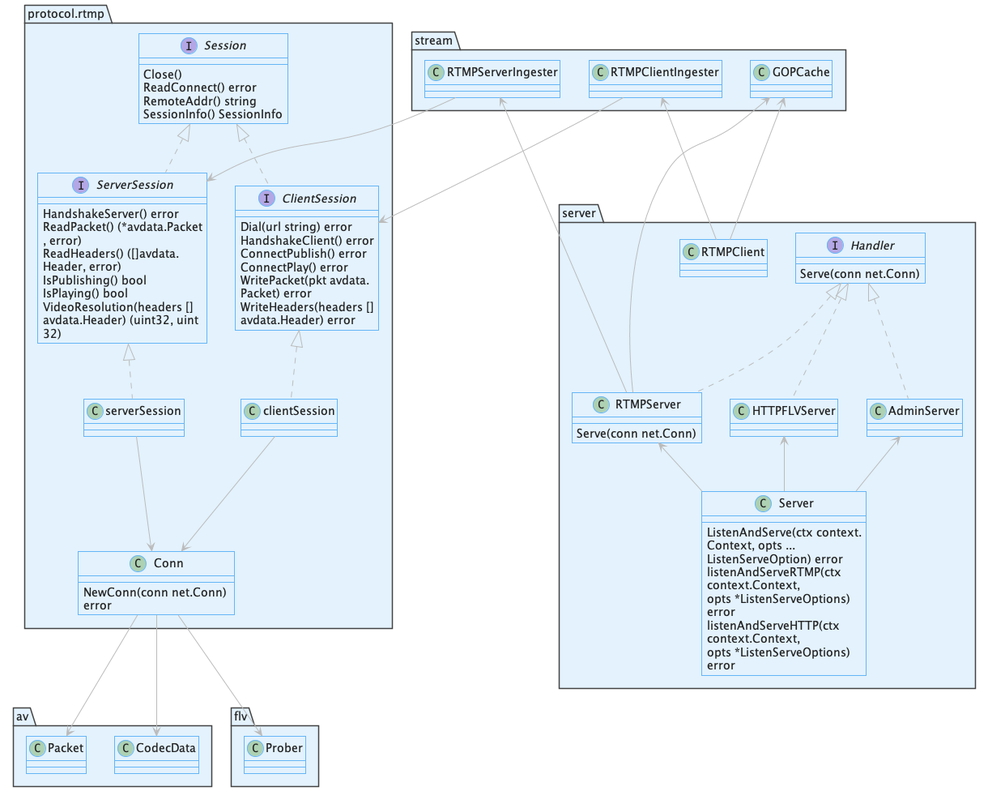
willsun888/somecode keeps this PlantUML diagram as plantuml/out/slive/class/slive-class.png. Above is the earlier version.
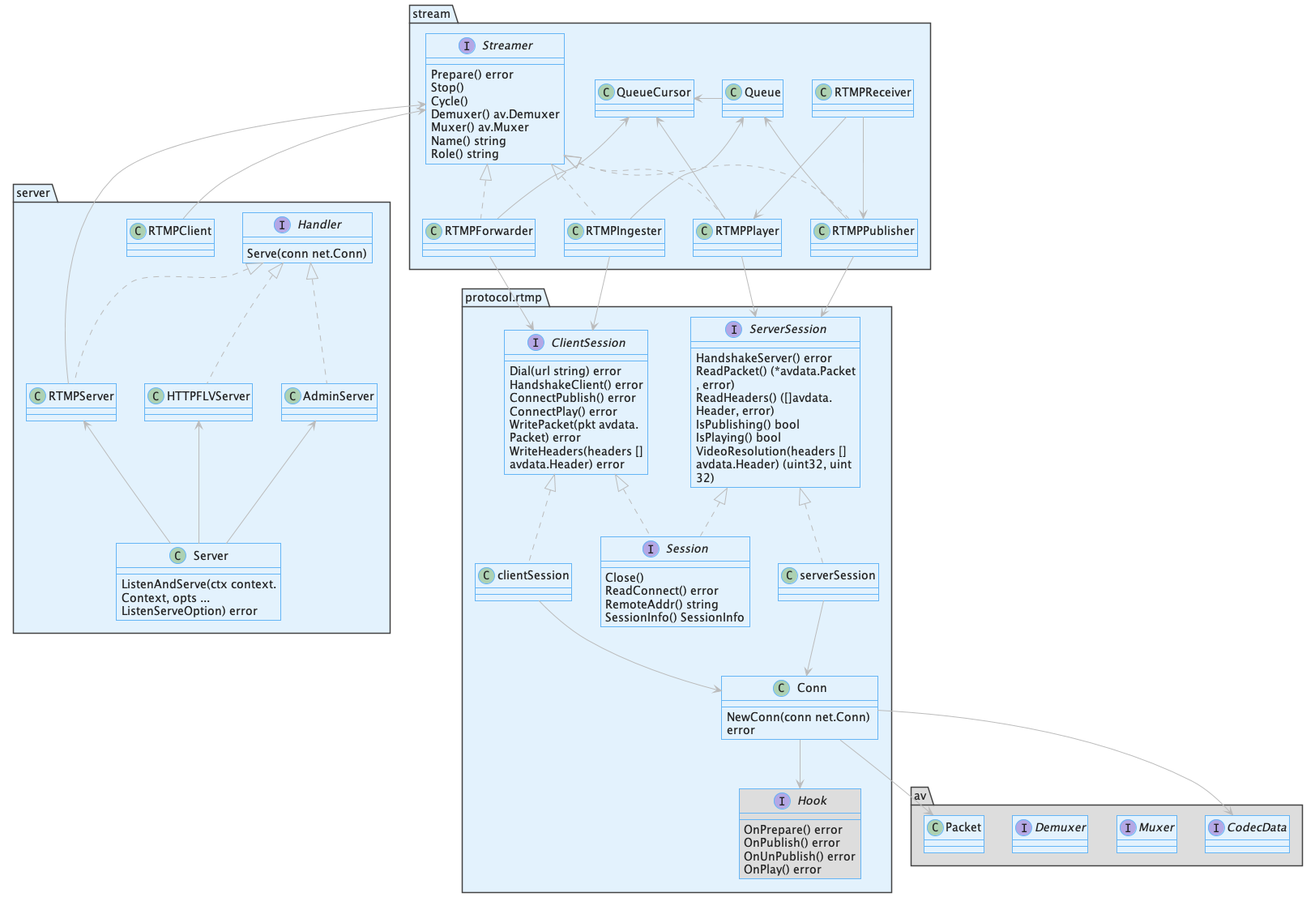
After the change.

Diff of the diagram source:
```diff
@@ -42,41 +42,70 @@
 }
 
 class server.RTMPServer {
-    Serve(conn net.Conn)
 }
 
 class server.Server {
     ListenAndServe(ctx context.Context, opts ...ListenServeOption) error
-    listenAndServeRTMP(ctx context.Context,
-	opts *ListenServeOptions) error
-    listenAndServeHTTP(ctx context.Context,
-	opts *ListenServeOptions) error
 }
 
 class protocol.rtmp.Conn {
     NewConn(conn net.Conn) error
 }
 
-protocol.rtmp.Session<|..protocol.rtmp.ServerSession
-protocol.rtmp.Session<|..protocol.rtmp.ClientSession
+interface stream.Streamer {
+	Prepare() error
+	Stop()
+	Cycle()
+	Demuxer() av.Demuxer
+	Muxer() av.Muxer
+	Name() string
+	Role() string
+}
+package av #DDDDDD {
+	interface av.CodecData {}
+	interface av.Muxer {}
+	interface av.Demuxer {}
+	class av.Packet {}
+}
+
+interface protocol.rtmp.Hook #DDDDDD {
+	OnPrepare() error
+	OnPublish() error
+	OnUnPublish() error
+	OnPlay() error
+}
+
+protocol.rtmp.ServerSession<|..protocol.rtmp.Session
+protocol.rtmp.ClientSession<|..protocol.rtmp.Session
 server.Handler<|..server.RTMPServer
 server.Handler<|..server.HTTPFLVServer
 server.Handler<|..server.AdminServer
 server.RTMPServer<--server.Server
 server.HTTPFLVServer<--server.Server
 server.AdminServer<--server.Server
-stream.RTMPServerIngester<--server.RTMPServer
-stream.GOPCache<--server.RTMPServer
-stream.RTMPServerIngester-->protocol.rtmp.ServerSession
-stream.RTMPClientIngester<--server.RTMPClient
-stream.GOPCache<--server.RTMPClient
-stream.RTMPClientIngester-->protocol.rtmp.ClientSession
+stream.Streamer<--server.RTMPServer
+stream.Streamer<|..stream.RTMPIngester
+stream.Streamer<|..stream.RTMPPublisher
+stream.Streamer<|..stream.RTMPPlayer
+stream.Streamer<|..stream.RTMPForwarder
+stream.Streamer<--server.RTMPClient
+stream.QueueCursor<-stream.Queue
+stream.Queue<--stream.RTMPIngester
+stream.Queue<--stream.RTMPPublisher
+stream.QueueCursor<--stream.RTMPPlayer
+stream.QueueCursor<--stream.RTMPForwarder
+stream.RTMPReceiver-->stream.RTMPPublisher
+stream.RTMPReceiver-->stream.RTMPPlayer
+stream.RTMPPlayer-->protocol.rtmp.ServerSession
+stream.RTMPPublisher-->protocol.rtmp.ServerSession
+stream.RTMPIngester-->protocol.rtmp.ClientSession
+stream.RTMPForwarder-->protocol.rtmp.ClientSession
 protocol.rtmp.ServerSession<|..protocol.rtmp.serverSession
 protocol.rtmp.ClientSession<|..protocol.rtmp.clientSession
 protocol.rtmp.clientSession-->protocol.rtmp.Conn
 protocol.rtmp.serverSession-->protocol.rtmp.Conn
 protocol.rtmp.Conn-->av.CodecData
 protocol.rtmp.Conn-->av.Packet
-protocol.rtmp.Conn-->flv.Prober
+protocol.rtmp.Conn-->protocol.rtmp.Hook
 
 @enduml
```
